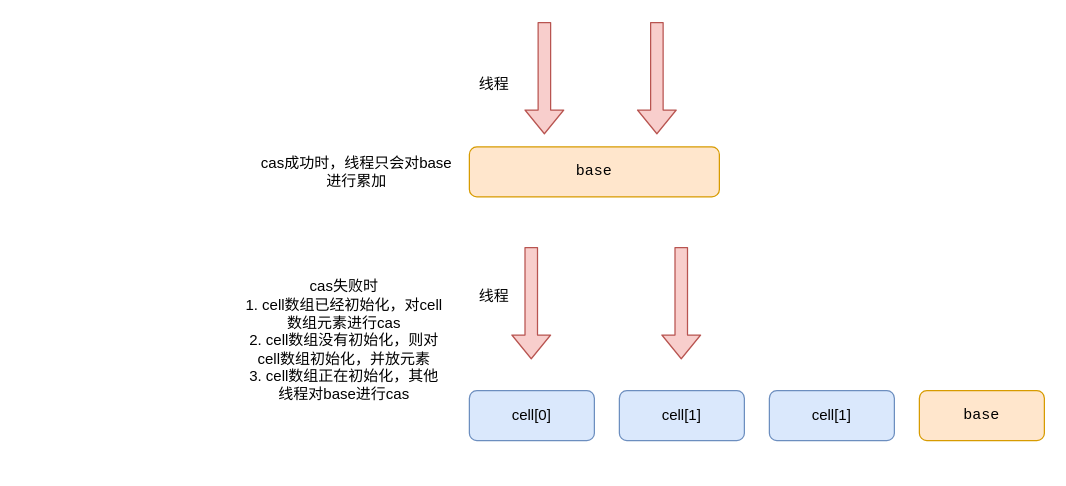
Earlier version of the draw.io diagram concurrent/LongAdder.drawio (erlieStar/diagrams). Source tidied: cells renumbered, new cells numbered last; positions are measured from the earlier drawing's top-left corner, leaving out a move shared by most shapes. Both pictures are drawn from the tidied source at 125%, with x=0, y=0 at pixel (244, 21).
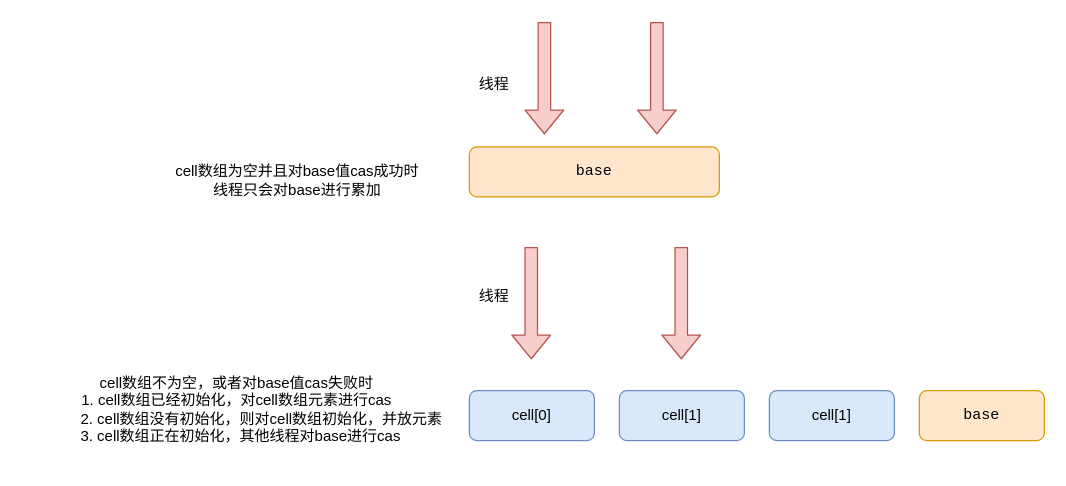
The same diagram, later.

What changed in the source:
```diff
@@
 <mxGraphModel>
   <root>
     <mxCell id="0" />
     <mxCell id="1" parent="0" />
     <mxCell id="2" value="&lt;pre&gt;base&lt;/pre&gt;" style="rounded=1;whiteSpace=wrap;html=1;fillColor=#ffe6cc;strokeColor=#d79b00;" parent="1" vertex="1">
       <mxGeometry x="180" y="100" width="200" height="40" as="geometry" />
     </mxCell>
     <mxCell id="3" value="cell[1]" style="rounded=1;whiteSpace=wrap;html=1;fillColor=#dae8fc;strokeColor=#6c8ebf;" parent="1" vertex="1">
       <mxGeometry x="420" y="295" width="100" height="40" as="geometry" />
     </mxCell>
     <mxCell id="4" value="&lt;pre&gt;&lt;span style=&quot;font-family: &amp;#34;helvetica&amp;#34;&quot;&gt;cell[1]&lt;/span&gt;&lt;br&gt;&lt;/pre&gt;" style="rounded=1;whiteSpace=wrap;html=1;fillColor=#dae8fc;strokeColor=#6c8ebf;" parent="1" vertex="1">
       <mxGeometry x="300" y="295" width="100" height="40" as="geometry" />
     </mxCell>
     <mxCell id="5" value="&lt;pre&gt;&lt;span style=&quot;font-family: &amp;#34;helvetica&amp;#34;&quot;&gt;cell[0]&lt;/span&gt;&lt;br&gt;&lt;/pre&gt;" style="rounded=1;whiteSpace=wrap;html=1;fillColor=#dae8fc;strokeColor=#6c8ebf;" parent="1" vertex="1">
       <mxGeometry x="180" y="295" width="100" height="40" as="geometry" />
     </mxCell>
-    <mxCell id="6" value="cas成功时，线程只会对&lt;span&gt;base进行累加&lt;/span&gt;" style="text;html=1;strokeColor=none;fillColor=none;align=center;verticalAlign=middle;whiteSpace=wrap;rounded=0;" parent="1" vertex="1">
-      <mxGeometry x="10" y="75" width="160" height="90" as="geometry" />
+    <mxCell id="6" value="cell数组为空并且对base值cas成功时&lt;br&gt;线程只会对&lt;span&gt;base进行累加&lt;/span&gt;" style="text;html=1;strokeColor=none;fillColor=none;align=center;verticalAlign=middle;whiteSpace=wrap;rounded=0;" parent="1" vertex="1">
+      <mxGeometry x="-68" y="84" width="221" height="86" as="geometry" />
     </mxCell>
     <mxCell id="7" style="shape=flexArrow;endArrow=classic;html=1;fillColor=#f8cecc;strokeColor=#b85450;" parent="1" edge="1">
       <mxGeometry relative="1" as="geometry">
         <mxPoint x="240" as="sourcePoint" />
         <mxPoint x="240" y="90" as="targetPoint" />
       </mxGeometry>
     </mxCell>
     <mxCell id="8" style="shape=flexArrow;endArrow=classic;html=1;fillColor=#f8cecc;strokeColor=#b85450;" parent="1" edge="1">
       <mxGeometry relative="1" as="geometry">
         <mxPoint x="330" as="sourcePoint" />
         <mxPoint x="330" y="90" as="targetPoint" />
       </mxGeometry>
     </mxCell>
-    <mxCell id="9" value="cas失败时&lt;br&gt;1. cell数组已经初始化，对cell数组元素进行cas&lt;br&gt;2. cell数组没有初始化，则对cell数组初始化，并放元素&lt;br&gt;3. cell数组正在初始化，其他线程对base进行cas" style="text;html=1;strokeColor=none;fillColor=none;align=center;verticalAlign=middle;whiteSpace=wrap;rounded=0;" parent="1" vertex="1">
-      <mxGeometry y="210" width="160" height="90" as="geometry" />
+    <mxCell id="9" value="cell数组不为空，或者对base值cas失败时&lt;br&gt;1. cell数组已经初始化，对cell数组元素进行cas&lt;br&gt;&amp;nbsp; &amp;nbsp; &amp;nbsp; &amp;nbsp; &amp;nbsp; &amp;nbsp; 2. cell数组没有初始化，则对cell数组初始化，并放元素&lt;br&gt;&amp;nbsp; 3. cell数组正在初始化，其他线程对base进行cas" style="text;html=1;strokeColor=none;fillColor=none;align=center;verticalAlign=middle;whiteSpace=wrap;rounded=0;" parent="1" vertex="1">
+      <mxGeometry x="-178" y="264" width="344" height="91" as="geometry" />
     </mxCell>
     <mxCell id="10" value="线程" style="text;html=1;strokeColor=none;fillColor=none;align=center;verticalAlign=middle;whiteSpace=wrap;rounded=0;" parent="1" vertex="1">
       <mxGeometry x="180" y="40" width="40" height="20" as="geometry" />
     </mxCell>
     <mxCell id="11" value="&lt;pre&gt;base&lt;/pre&gt;" style="rounded=1;whiteSpace=wrap;html=1;fillColor=#ffe6cc;strokeColor=#d79b00;" parent="1" vertex="1">
       <mxGeometry x="540" y="295" width="100" height="40" as="geometry" />
     </mxCell>
     <mxCell id="12" style="shape=flexArrow;endArrow=classic;html=1;fillColor=#f8cecc;strokeColor=#b85450;" parent="1" edge="1">
       <mxGeometry relative="1" as="geometry">
         <mxPoint x="349.5" y="180" as="sourcePoint" />
         <mxPoint x="349.5" y="270" as="targetPoint" />
       </mxGeometry>
     </mxCell>
     <mxCell id="13" style="shape=flexArrow;endArrow=classic;html=1;fillColor=#f8cecc;strokeColor=#b85450;" parent="1" edge="1">
       <mxGeometry relative="1" as="geometry">
         <mxPoint x="229.5" y="180" as="sourcePoint" />
         <mxPoint x="229.5" y="270" as="targetPoint" />
       </mxGeometry>
     </mxCell>
     <mxCell id="14" value="线程" style="text;html=1;strokeColor=none;fillColor=none;align=center;verticalAlign=middle;whiteSpace=wrap;rounded=0;" parent="1" vertex="1">
       <mxGeometry x="180" y="210" width="40" height="20" as="geometry" />
     </mxCell>
   </root>
 </mxGraphModel>
```
